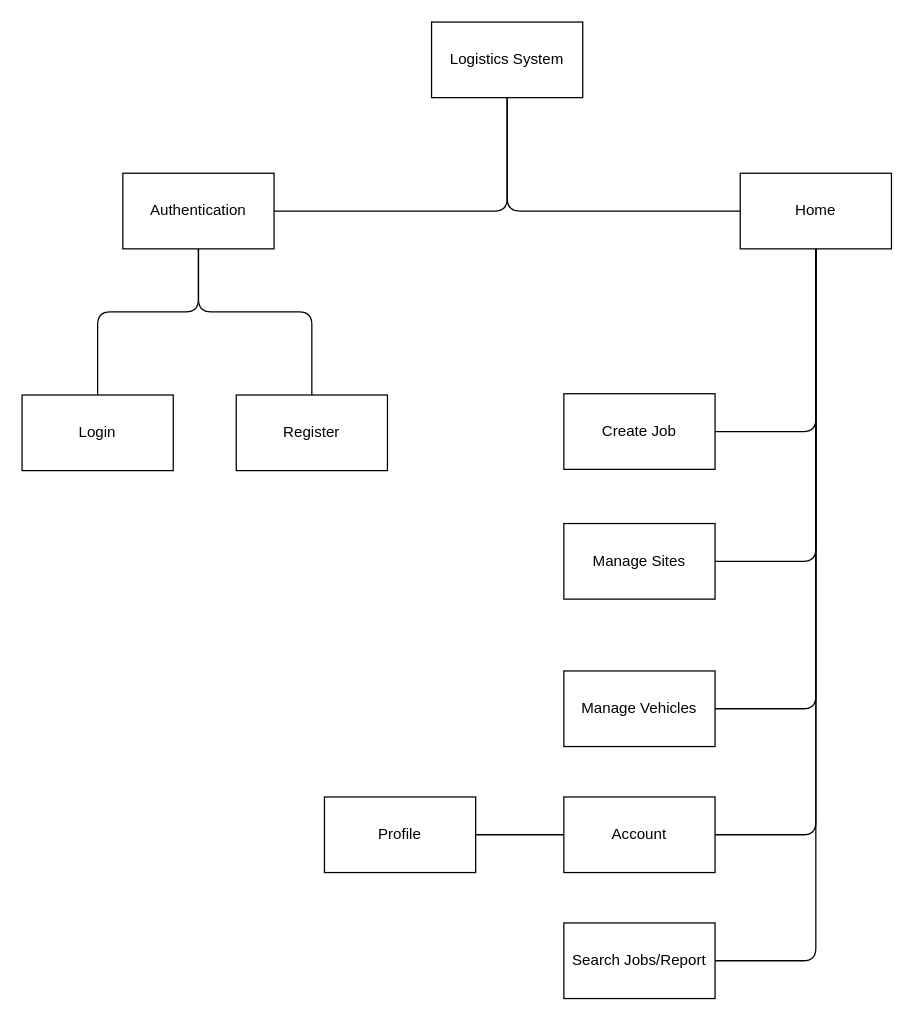
This is project-root/docs/sitemap.drawio from quietpanda284/logistics_app, a draw.io file, before an edit. Source tidied: cells renumbered, new cells numbered last; positions are measured from the earlier drawing's top-left corner, leaving out a move shared by most shapes. Both pictures are drawn from the tidied source at 126%, with x=0, y=0 at pixel (21, 21).
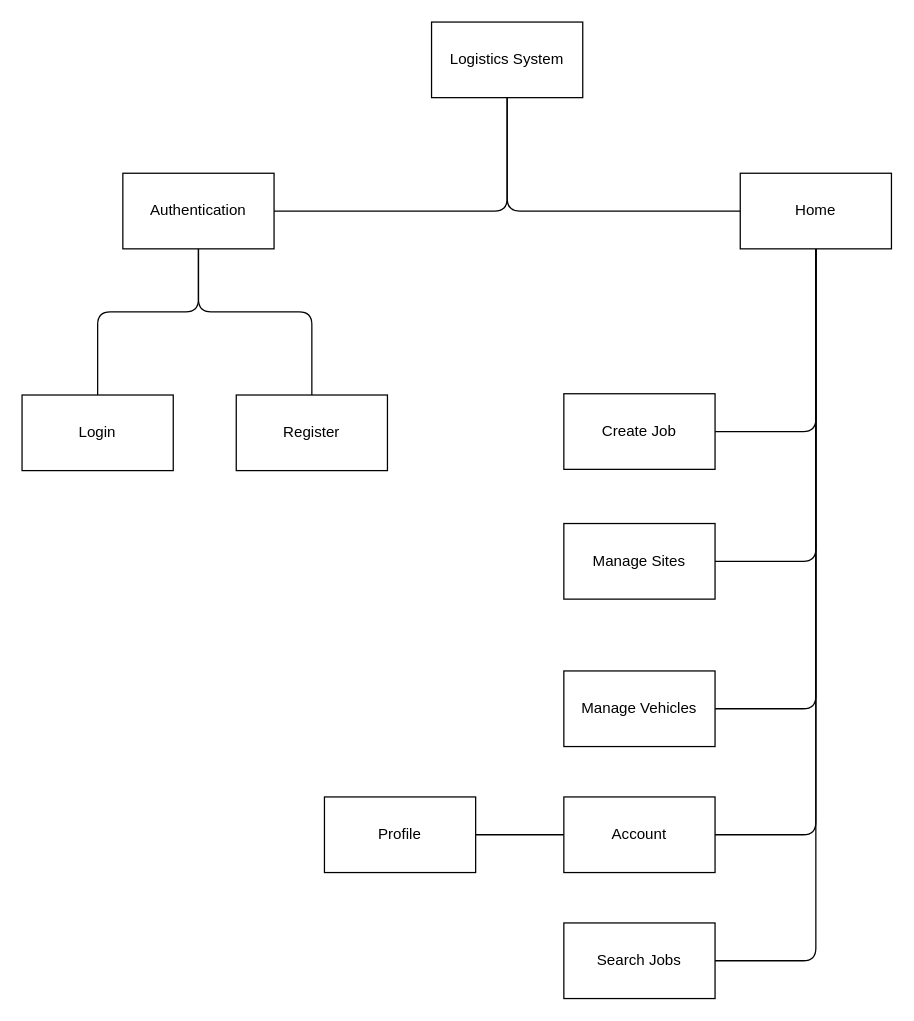
After the change.

Change to the diagram source:
```diff
@@
-    <mxCell id="19" value="Search Jobs/Report" style="rounded=0;whiteSpace=wrap;html=1;" parent="1" vertex="1">
+    <mxCell id="19" value="Search Jobs" style="rounded=0;whiteSpace=wrap;html=1;" parent="1" vertex="1">
       <mxGeometry x="430" y="715" width="120" height="60" as="geometry" />
     </mxCell>
```
